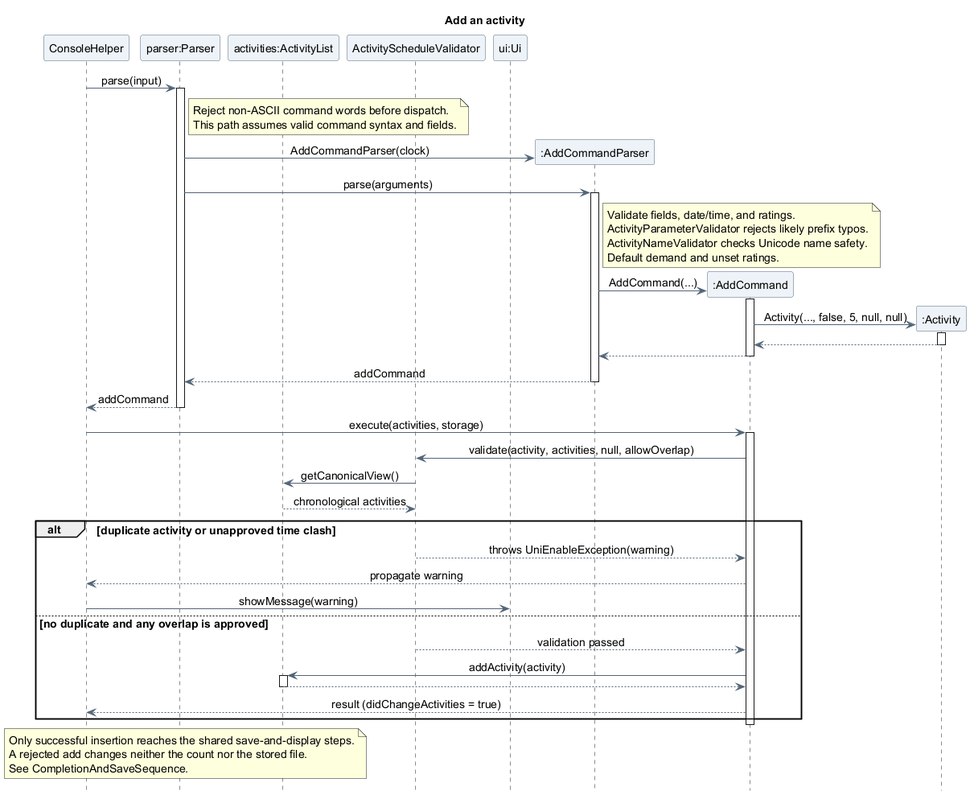
The PlantUML diagram docs/images/atharva/sequence/AddActivitySequence.png in AY2627S1-CS2113-T10-4/tp, before a commit.
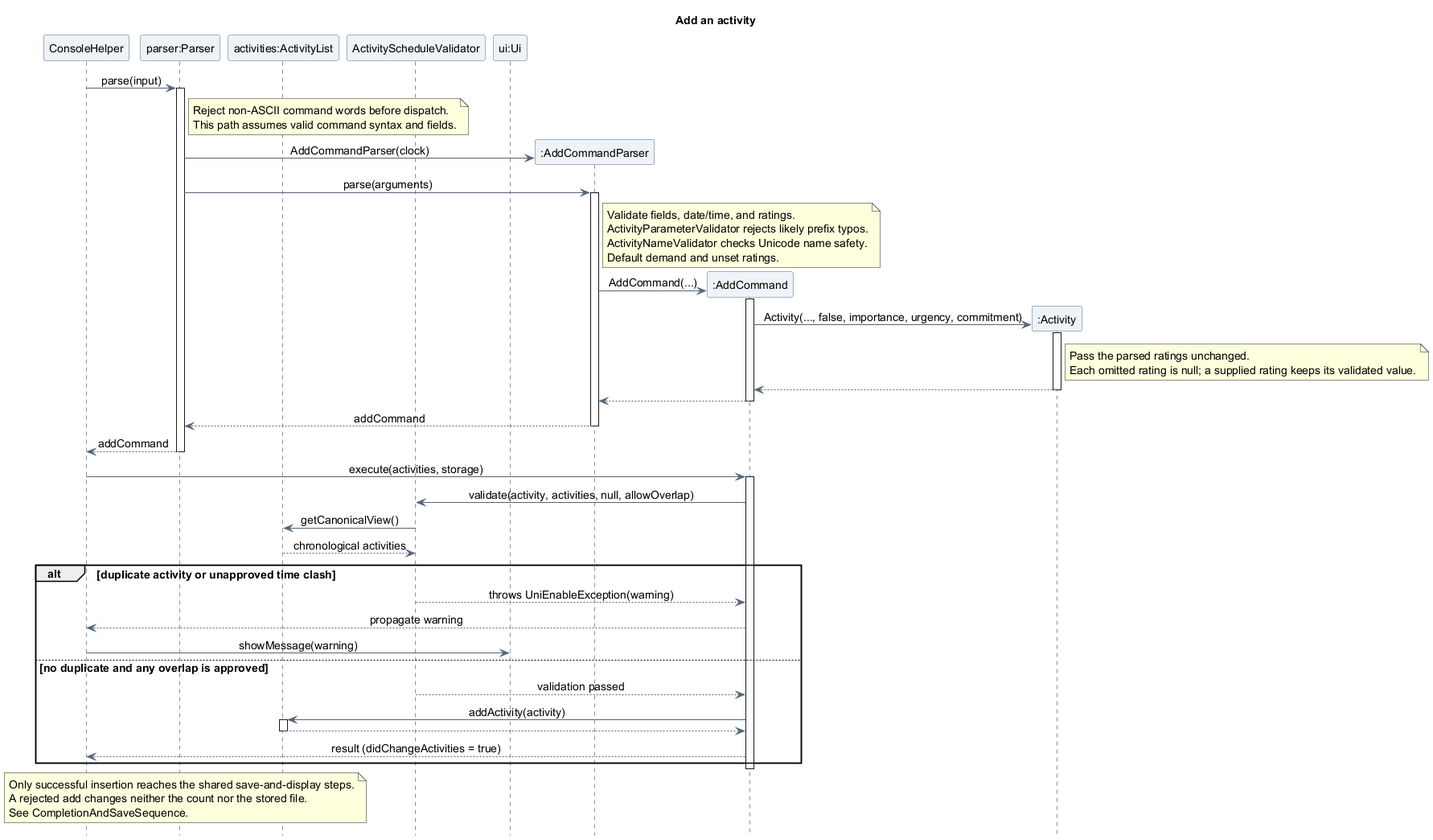
The same diagram one commit later.

Commit message:
docs(add): show parsed optional ratings in the sequence diagram

Replace the misleading hard-coded importance value with the actual importance, urgency, and commitment variables. Explain that omitted ratings remain null, regenerate the embedded PNG, and align the Developer Guide with the constructor's behavior.

The edit, as a diff of the source:
```diff
@@ -36,8 +36,12 @@
 AddParser -> Add : AddCommand(...)
 activate Add
 create participant ":Activity" as Activity
-Add -> Activity : Activity(..., false, 5, null, null)
+Add -> Activity : Activity(..., false, importance, urgency, commitment)
 activate Activity
+note right of Activity
+  Pass the parsed ratings unchanged.
+  Each omitted rating is null; a supplied rating keeps its validated value.
+end note
 Activity --> Add
 deactivate Activity
 Add --> AddParser
```
